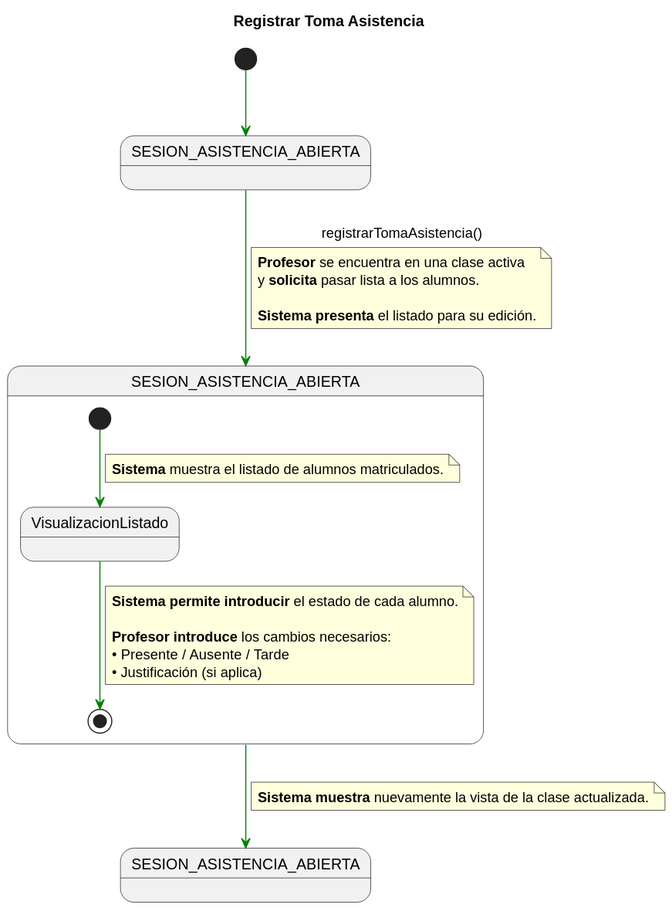
Above: documents/CasosDeUso/DetalladoCasosDeUso/Profesor/registrarTomaAsistencia.svg in enmabry/25-26-IdSw1-SdR (PlantUML), before the change.
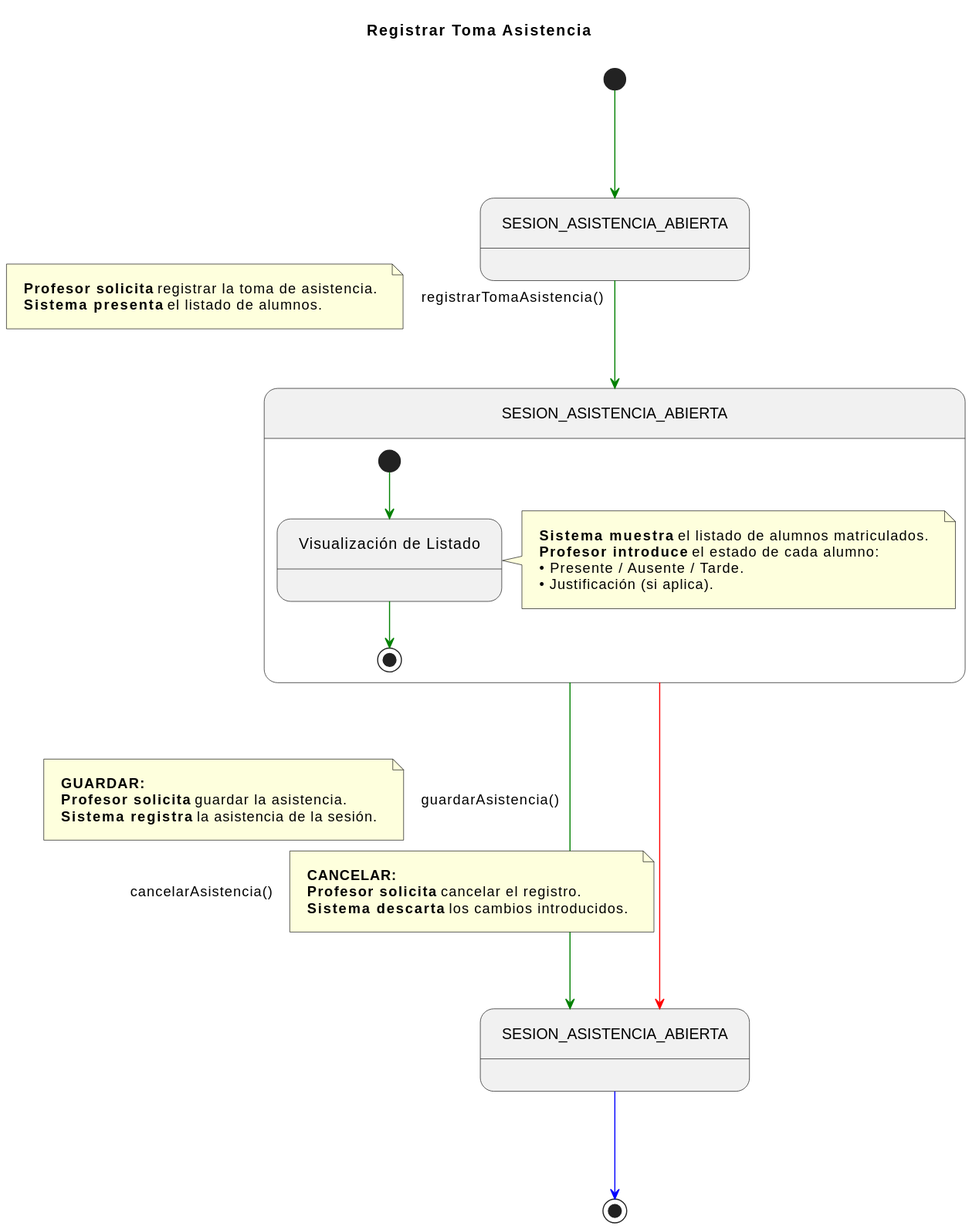
The same file after the commit.

Change to the diagram source:
```diff
@@ -1,42 +1,47 @@
 @startuml
 title Registrar Toma Asistencia
-skinparam linetype polyline
+skinparam nodesep 100
+skinparam ranksep 100
+skinparam linetype ortho
+skinparam Padding 10
 
-state SESION_ACTUAL_INICIAL as "SESION_ASISTENCIA_ABIERTA"
-state PROCESO_TOMA_COMP     as "SESION_ASISTENCIA_ABIERTA"
-state SESION_ACTUAL_FINAL   as "SESION_ASISTENCIA_ABIERTA"
+state SESION_ASISTENCIA_ABIERTA_INICIAL as "SESION_ASISTENCIA_ABIERTA"
+state TOMA_ASISTENCIA_COMP             as "SESION_ASISTENCIA_ABIERTA"
+state SESION_ASISTENCIA_ABIERTA_FINAL  as "SESION_ASISTENCIA_ABIERTA"
 
-[*] -[#green]-> SESION_ACTUAL_INICIAL
+[*] -[#green]-> SESION_ASISTENCIA_ABIERTA_INICIAL
 
-SESION_ACTUAL_INICIAL -[#green]-> PROCESO_TOMA_COMP : registrarTomaAsistencia()
-note on link
-<b>Profesor</b> se encuentra en una clase activa
-y <b>solicita</b> pasar lista a los alumnos.
-
-<b>Sistema presenta</b> el listado para su edición.
+SESION_ASISTENCIA_ABIERTA_INICIAL -[#green]-> TOMA_ASISTENCIA_COMP : registrarTomaAsistencia()
+note left on link
+    <b>Profesor solicita</b> registrar la toma de asistencia.
+    <b>Sistema presenta</b> el listado de alumnos.
 end note
 
-state PROCESO_TOMA_COMP {
-
-    state VisualizacionListado
-
+state TOMA_ASISTENCIA_COMP {
+    state VisualizacionListado as "Visualización de Listado"
     [*] -[#green]-> VisualizacionListado
-    note on link
-    <b>Sistema</b> muestra el listado de alumnos matriculados.
+    note right of VisualizacionListado
+        <b>Sistema muestra</b> el listado de alumnos matriculados.
+        <b>Profesor introduce</b> el estado de cada alumno:
+        • Presente / Ausente / Tarde.
+        • Justificación (si aplica).
     end note
-
     VisualizacionListado -[#green]-> [*]
-    note on link
-    <b>Sistema permite introducir</b> el estado de cada alumno.
-
-    <b>Profesor introduce</b> los cambios necesarios:
-    • Presente / Ausente / Tarde
-    • Justificación (si aplica)
-    end note
 }
 
-PROCESO_TOMA_COMP -[#green]-> SESION_ACTUAL_FINAL
-note on link
-<b>Sistema muestra</b> nuevamente la vista de la clase actualizada.
+TOMA_ASISTENCIA_COMP -[#green]---> SESION_ASISTENCIA_ABIERTA_FINAL : guardarAsistencia()
+note left on link
+    <b>GUARDAR:</b>
+    <b>Profesor solicita</b> guardar la asistencia.
+    <b>Sistema registra</b> la asistencia de la sesión.
 end note
+
+TOMA_ASISTENCIA_COMP -[#red]---> SESION_ASISTENCIA_ABIERTA_FINAL : cancelarAsistencia()
+note right on link
+    <b>CANCELAR:</b>
+    <b>Profesor solicita</b> cancelar el registro.
+    <b>Sistema descarta</b> los cambios introducidos.
+end note
+
+SESION_ASISTENCIA_ABIERTA_FINAL -[#blue]-> [*]
 @enduml
```
